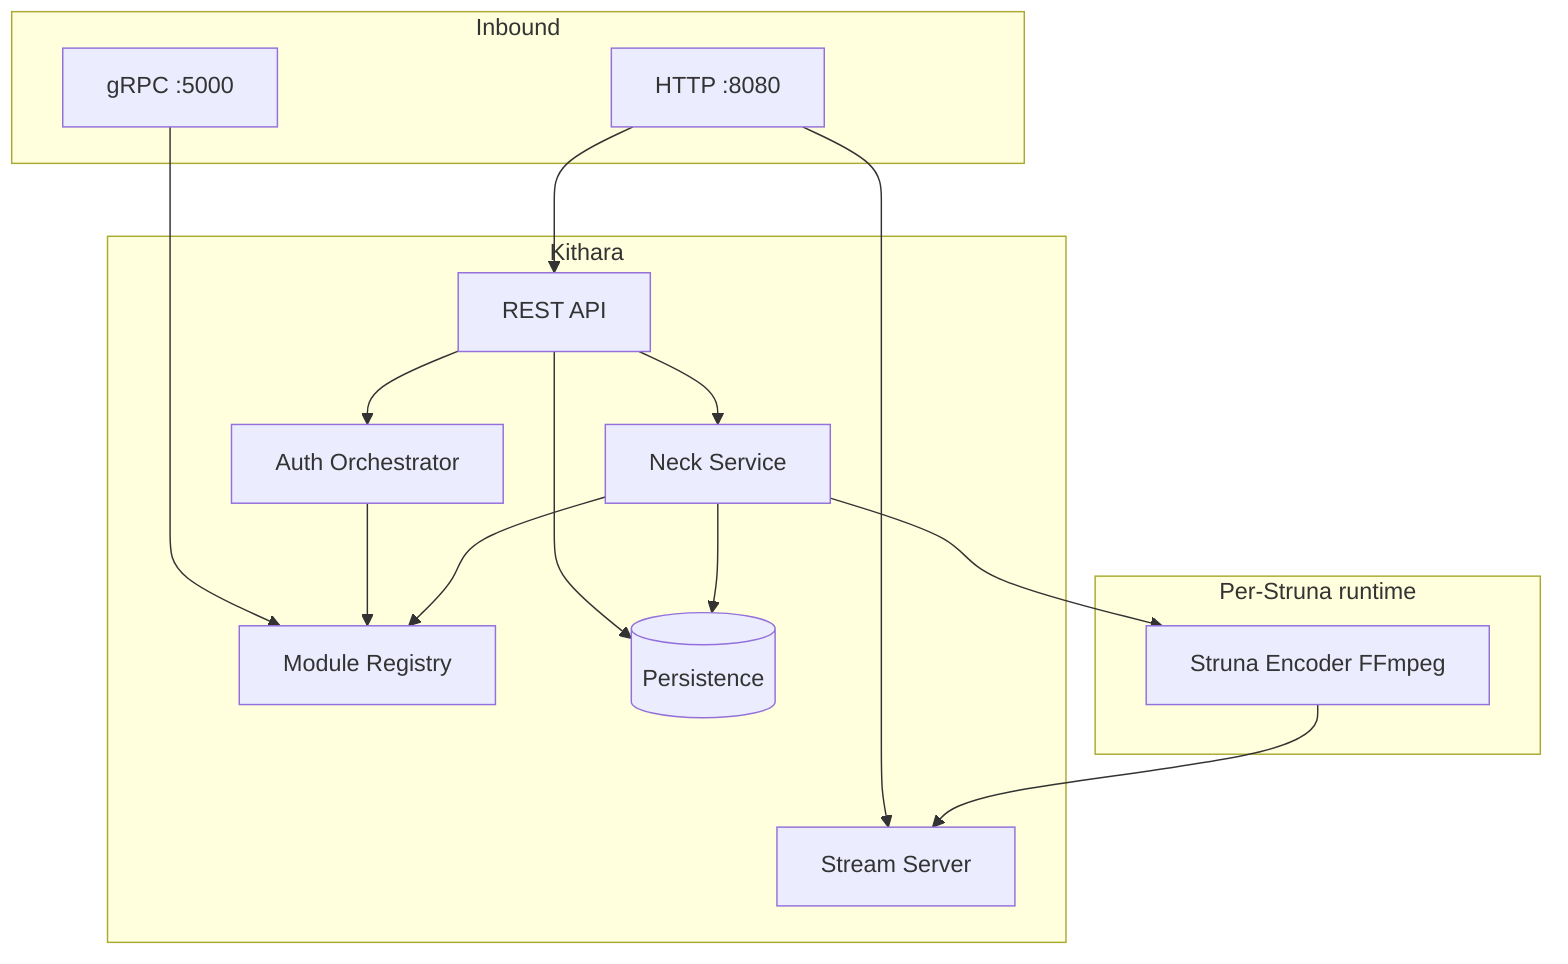
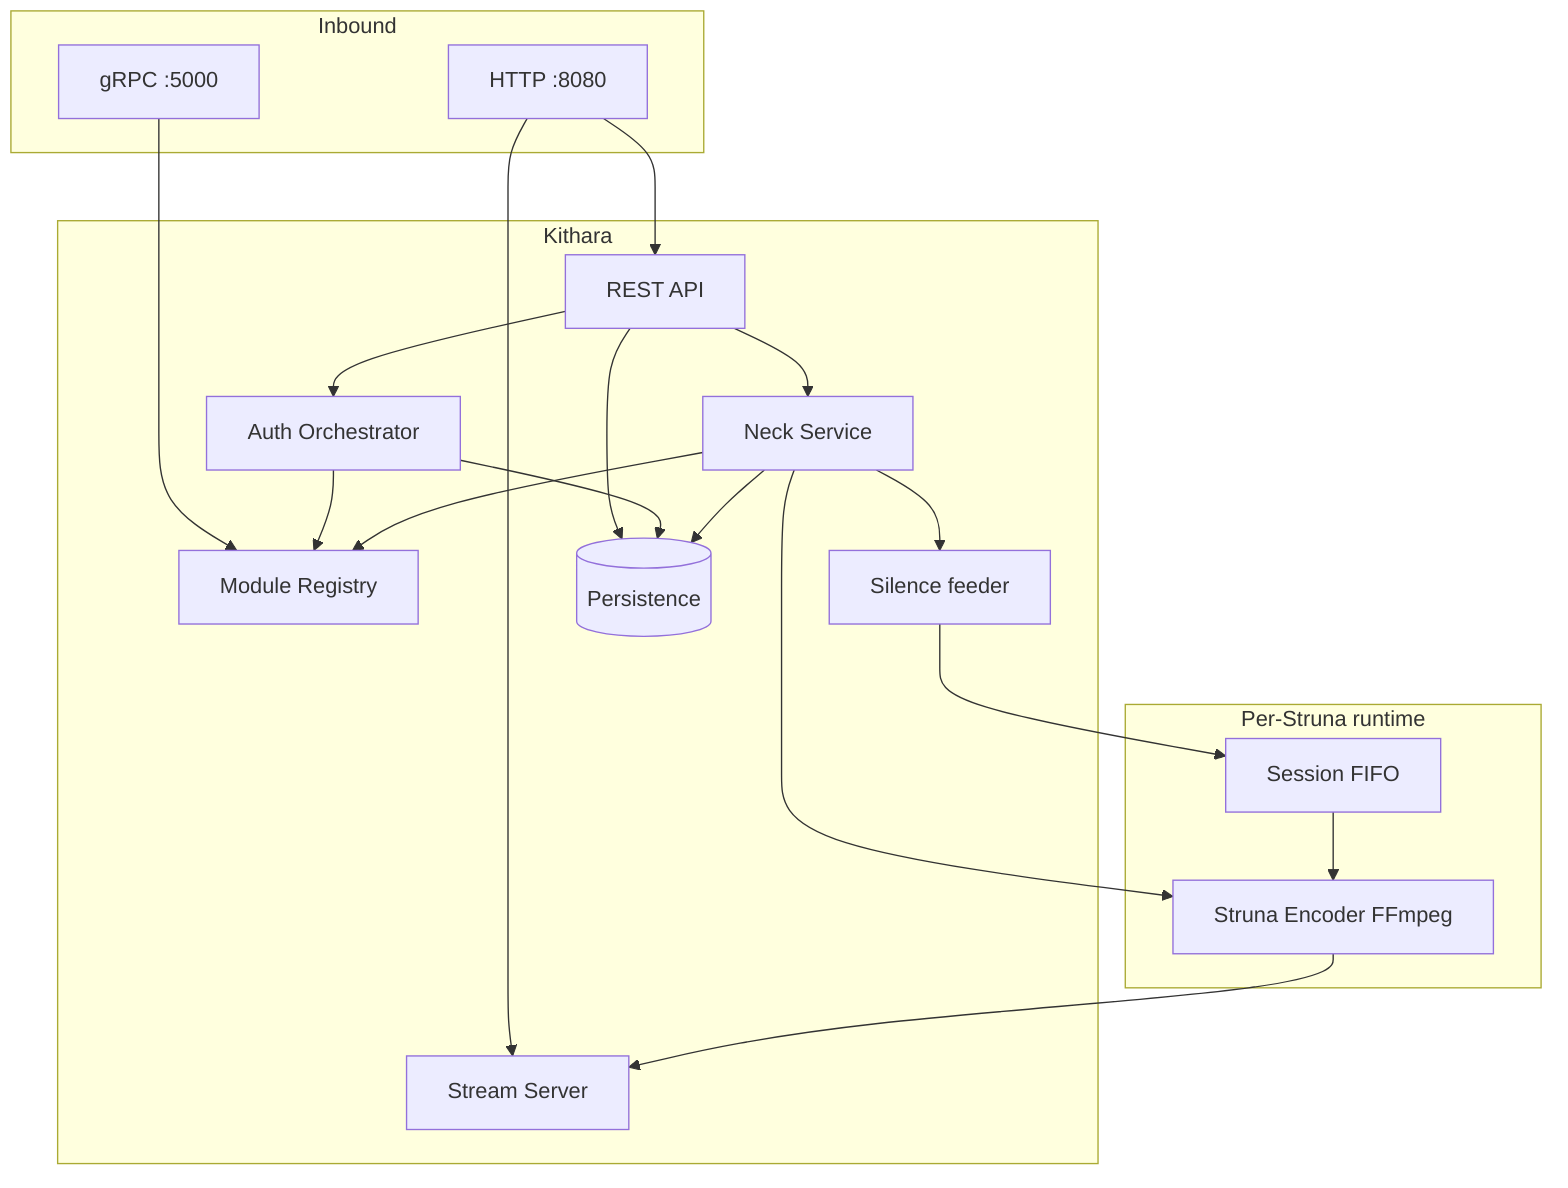
flowchart TB
  subgraph inbound [Inbound]
    HTTP[HTTP :8080]
    GRPC[gRPC :5000]
  end
  subgraph kithara [Kithara]
    API[REST API]
    StreamSrv[Stream Server]
    AuthOrch[Auth Orchestrator]
    Registry[Module Registry]
    Neck[Neck Service]
+     Silence[Silence feeder]
    Persist[(Persistence)]
  end
  subgraph runtime [Per-Struna runtime]
+     FIFO[Session FIFO]
    Encoder[Struna Encoder FFmpeg]
  end
  HTTP --> API
  HTTP --> StreamSrv
  GRPC --> Registry
  API --> AuthOrch
  API --> Neck
  API --> Persist
  AuthOrch --> Registry
+   AuthOrch --> Persist
  Neck --> Registry
+   Neck --> Silence
+   Silence --> FIFO
  Neck --> Encoder
+   FIFO --> Encoder
  Encoder --> StreamSrv
  Neck --> Persist
